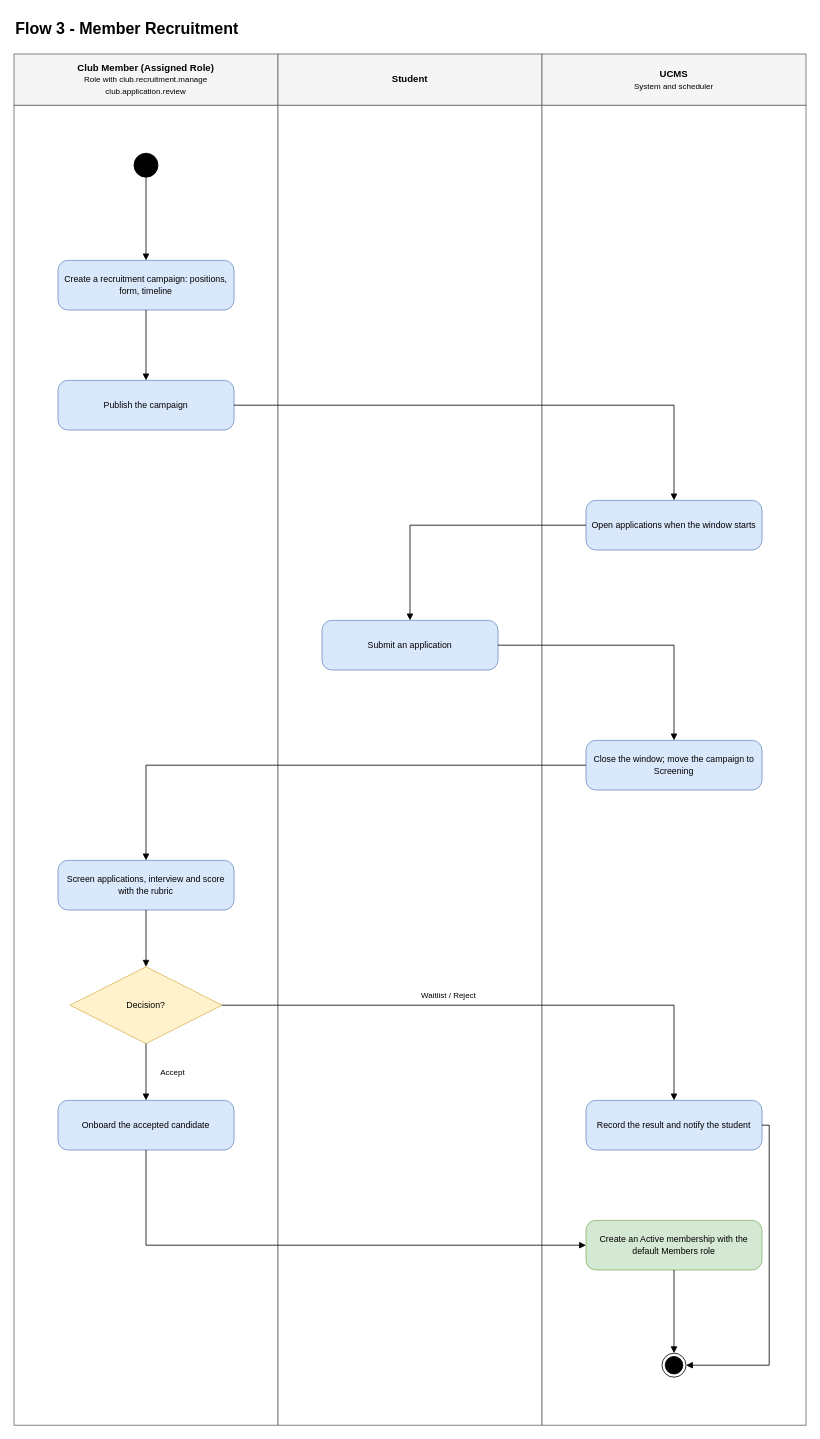
Before: page "03 Member Recruitment" (3 of 14) of docs/03-diagrams/UCMS_Swimlane_Flows.drawio in nvdekay/ClubManagementSystem, a draw.io diagram. Source tidied: cells renumbered, new cells numbered last; positions are measured from the earlier drawing's top-left corner, leaving out a move shared by most shapes. Both pictures are drawn from the tidied source at 80%, with x=0, y=0 at pixel (14, 14).
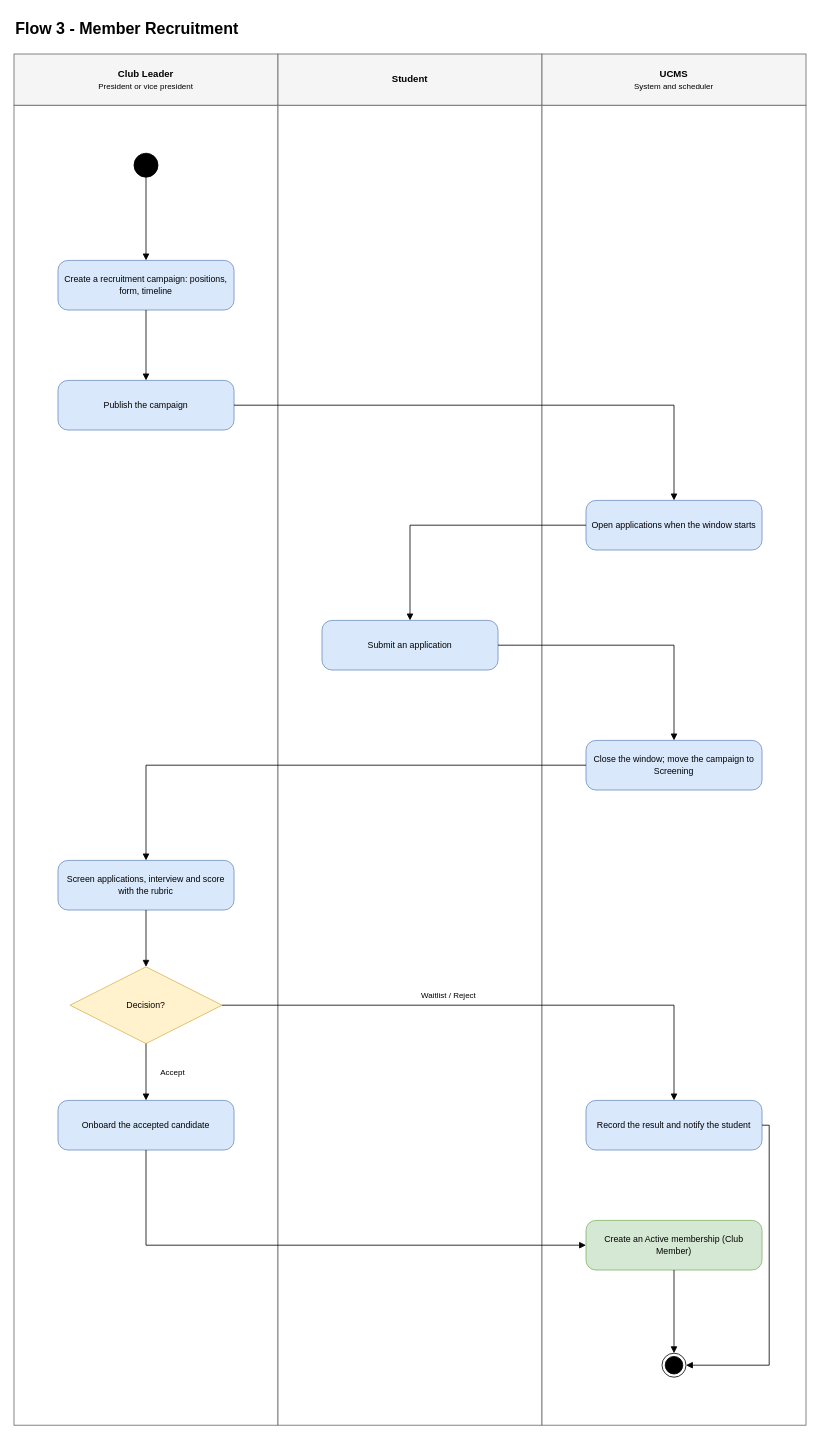
The same diagram, later.

The edit, as a diff of the source:
```diff
@@
-    <mxCell id="4" value="&lt;b&gt;Club Member (Assigned Role)&lt;/b&gt;&lt;br&gt;&lt;span style=&quot;font-size:10px;font-weight:normal;&quot;&gt;Role with club.recruitment.manage&lt;br&gt;club.application.review&lt;/span&gt;" style="rounded=0;whiteSpace=wrap;html=1;fillColor=#f5f5f5;strokeColor=#666666;fontSize=12;" parent="1" vertex="1">
+    <mxCell id="4" value="&lt;b&gt;Club Leader&lt;/b&gt;&lt;br&gt;&lt;span style=&quot;font-size:10px;font-weight:normal;&quot;&gt;President or vice president&lt;/span&gt;" style="rounded=0;whiteSpace=wrap;html=1;fillColor=#f5f5f5;strokeColor=#666666;fontSize=12;" parent="1" vertex="1">
       <mxGeometry y="50" width="330" height="64" as="geometry" />
     </mxCell>
@@
-    <mxCell id="19" value="Create an Active membership with the default Members role" style="rounded=1;arcSize=20;whiteSpace=wrap;html=1;fillColor=#d5e8d4;strokeColor=#82b366;fontSize=11;" parent="1" vertex="1">
+    <mxCell id="19" value="Create an Active membership (Club Member)" style="rounded=1;arcSize=20;whiteSpace=wrap;html=1;fillColor=#d5e8d4;strokeColor=#82b366;fontSize=11;" parent="1" vertex="1">
       <mxGeometry x="715" y="1508" width="220" height="62" as="geometry" />
     </mxCell>
```
